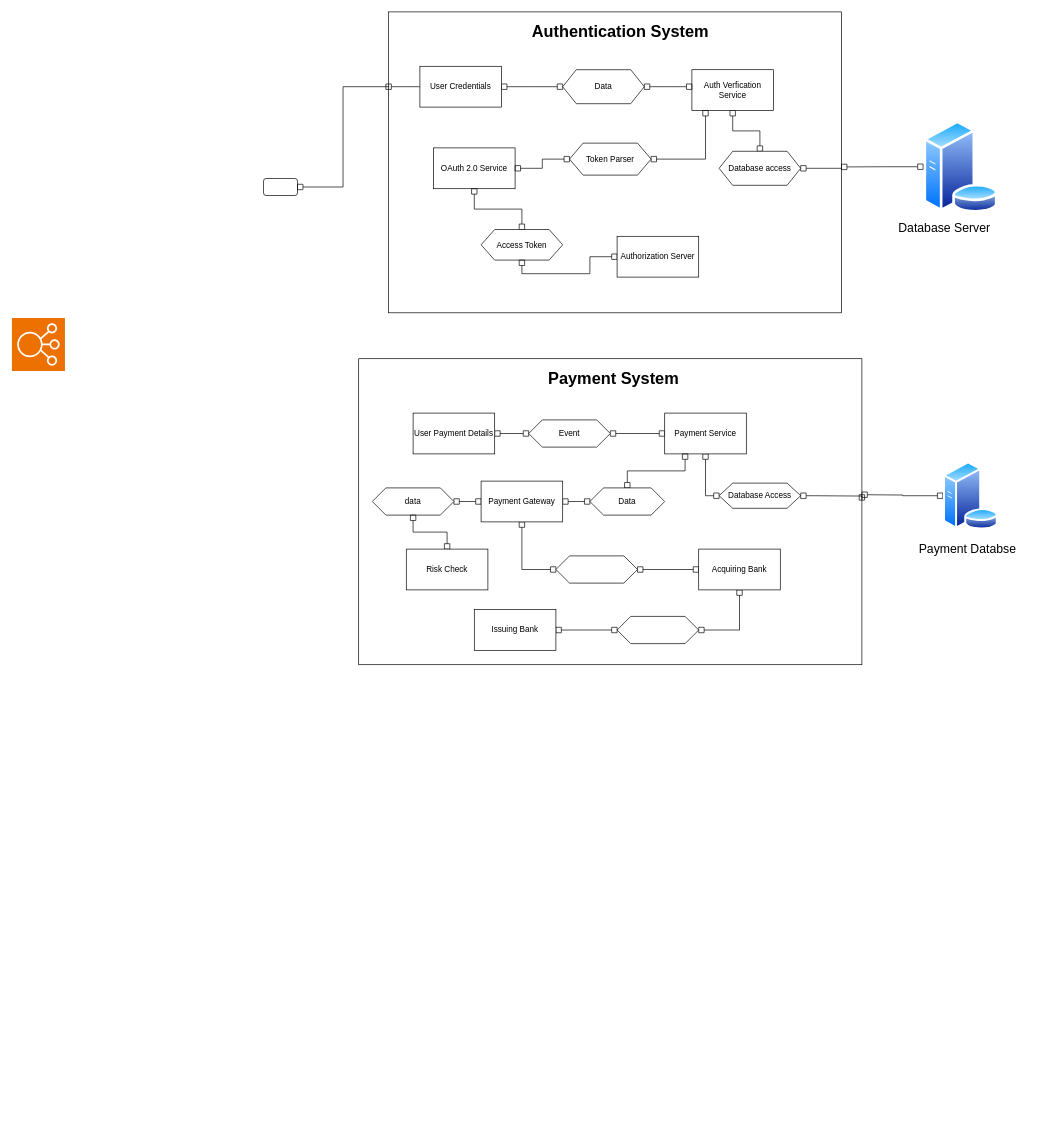
Before: Untitled Diagram.drawio in HASSAN5077/draw.io, a draw.io diagram. Source tidied: cells renumbered, new cells numbered last; positions are measured from the earlier drawing's top-left corner, leaving out a move shared by most shapes. Both pictures are drawn from the tidied source at 68%, with x=0, y=0 at pixel (12, 12).
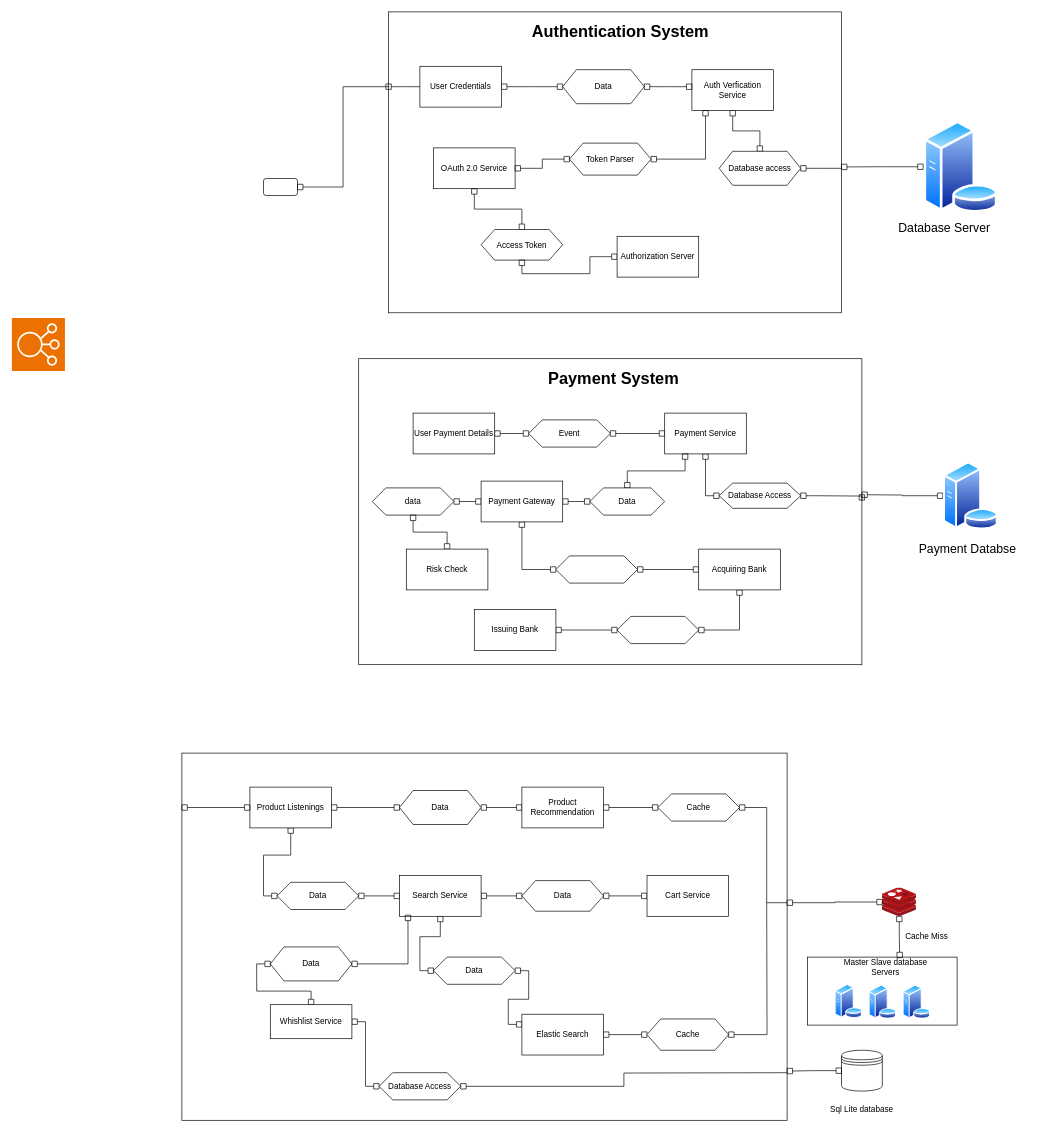
The same page after the edit.

What changed in the source:
```diff
@@
+    <mxCell id="56" style="rounded=0;whiteSpace=wrap;html=1;" parent="1" vertex="1">
+      <mxGeometry x="250" y="1090" width="890" height="540" as="geometry" />
+    </mxCell>
+    <mxCell id="57" style="edgeStyle=orthogonalEdgeStyle;rounded=0;jettySize=auto;html=1;endArrow=box;endFill=0;startArrow=box;startFill=0;" parent="1" edge="1" source="59" target="61">
+      <mxGeometry relative="1" as="geometry" />
+    </mxCell>
+    <mxCell id="58" style="edgeStyle=orthogonalEdgeStyle;rounded=0;jettySize=auto;html=1;entryX=0;entryY=0.5;entryDx=0;entryDy=0;endArrow=box;endFill=0;startArrow=box;startFill=0;" parent="1" edge="1" source="59" target="65">
+      <mxGeometry relative="1" as="geometry" />
+    </mxCell>
+    <mxCell id="59" value="Product Listenings" style="rounded=0;whiteSpace=wrap;html=1;" parent="1" vertex="1">
+      <mxGeometry x="350" y="1140" width="120" height="60" as="geometry" />
+    </mxCell>
+    <mxCell id="60" style="edgeStyle=orthogonalEdgeStyle;rounded=0;jettySize=auto;html=1;entryX=0;entryY=0.5;entryDx=0;entryDy=0;endArrow=box;endFill=0;startArrow=box;startFill=0;" parent="1" edge="1" source="61" target="63">
+      <mxGeometry relative="1" as="geometry" />
+    </mxCell>
+    <mxCell id="61" value="Data" style="shape=hexagon;perimeter=hexagonPerimeter2;whiteSpace=wrap;html=1;fixedSize=1;" parent="1" vertex="1">
+      <mxGeometry x="570" y="1145" width="120" height="50" as="geometry" />
+    </mxCell>
+    <mxCell id="62" style="edgeStyle=orthogonalEdgeStyle;rounded=0;jettySize=auto;html=1;entryX=0;entryY=0.5;entryDx=0;entryDy=0;endArrow=box;endFill=0;startArrow=box;startFill=0;" parent="1" edge="1" source="63" target="78">
+      <mxGeometry relative="1" as="geometry" />
+    </mxCell>
+    <mxCell id="63" value="Product Recommendation" style="rounded=0;whiteSpace=wrap;html=1;" parent="1" vertex="1">
+      <mxGeometry x="750" y="1140" width="120" height="60" as="geometry" />
+    </mxCell>
+    <mxCell id="64" style="edgeStyle=orthogonalEdgeStyle;rounded=0;jettySize=auto;html=1;entryX=0;entryY=0.5;entryDx=0;entryDy=0;endArrow=box;endFill=0;startArrow=box;startFill=0;" parent="1" edge="1" source="65" target="68">
+      <mxGeometry relative="1" as="geometry" />
+    </mxCell>
+    <mxCell id="65" value="Data" style="shape=hexagon;perimeter=hexagonPerimeter2;whiteSpace=wrap;html=1;fixedSize=1;" parent="1" vertex="1">
+      <mxGeometry x="390" y="1280" width="120" height="40" as="geometry" />
+    </mxCell>
+    <mxCell id="66" style="edgeStyle=orthogonalEdgeStyle;rounded=0;jettySize=auto;html=1;entryX=0;entryY=0.5;entryDx=0;entryDy=0;endArrow=box;endFill=0;startArrow=box;startFill=0;" parent="1" edge="1" source="68" target="74">
+      <mxGeometry relative="1" as="geometry" />
+    </mxCell>
+    <mxCell id="67" style="edgeStyle=orthogonalEdgeStyle;rounded=0;jettySize=auto;html=1;entryX=0;entryY=0.5;entryDx=0;entryDy=0;endArrow=box;endFill=0;startArrow=box;startFill=0;" parent="1" edge="1" source="68" target="70">
+      <mxGeometry relative="1" as="geometry" />
+    </mxCell>
+    <mxCell id="68" value="Search Service" style="rounded=0;whiteSpace=wrap;html=1;" parent="1" vertex="1">
+      <mxGeometry x="570" y="1270" width="120" height="60" as="geometry" />
+    </mxCell>
+    <mxCell id="69" style="edgeStyle=orthogonalEdgeStyle;rounded=0;jettySize=auto;html=1;entryX=0;entryY=0.25;entryDx=0;entryDy=0;endArrow=box;endFill=0;startArrow=box;startFill=0;" parent="1" edge="1" source="70" target="72">
+      <mxGeometry relative="1" as="geometry" />
+    </mxCell>
+    <mxCell id="70" value="Data" style="shape=hexagon;perimeter=hexagonPerimeter2;whiteSpace=wrap;html=1;fixedSize=1;" parent="1" vertex="1">
+      <mxGeometry x="620" y="1390" width="120" height="40" as="geometry" />
+    </mxCell>
+    <mxCell id="71" style="edgeStyle=orthogonalEdgeStyle;rounded=0;jettySize=auto;html=1;entryX=0;entryY=0.5;entryDx=0;entryDy=0;endArrow=box;endFill=0;startArrow=box;startFill=0;" parent="1" edge="1" source="72" target="80">
+      <mxGeometry relative="1" as="geometry" />
+    </mxCell>
+    <mxCell id="72" value="Elastic Search" style="rounded=0;whiteSpace=wrap;html=1;" parent="1" vertex="1">
+      <mxGeometry x="750" y="1474" width="120" height="60" as="geometry" />
+    </mxCell>
+    <mxCell id="73" style="edgeStyle=orthogonalEdgeStyle;rounded=0;jettySize=auto;html=1;entryX=0;entryY=0.5;entryDx=0;entryDy=0;endArrow=box;endFill=0;startArrow=box;startFill=0;" parent="1" edge="1" source="74" target="75">
+      <mxGeometry relative="1" as="geometry" />
+    </mxCell>
+    <mxCell id="74" value="Data" style="shape=hexagon;perimeter=hexagonPerimeter2;whiteSpace=wrap;html=1;fixedSize=1;" parent="1" vertex="1">
+      <mxGeometry x="750" y="1277.5" width="120" height="45" as="geometry" />
+    </mxCell>
+    <mxCell id="75" value="Cart Service" style="rounded=0;whiteSpace=wrap;html=1;" parent="1" vertex="1">
+      <mxGeometry x="934" y="1270" width="120" height="60" as="geometry" />
+    </mxCell>
+    <mxCell id="76" style="image;sketch=0;html=1;points=[];align=center;fontSize=12;image=img/lib/mscae/Cache_Redis_Product.svg;" parent="1" vertex="1">
+      <mxGeometry x="1280" y="1288" width="50" height="42" as="geometry" />
+    </mxCell>
+    <mxCell id="77" style="edgeStyle=orthogonalEdgeStyle;rounded=0;jettySize=auto;html=1;startArrow=box;startFill=0;endArrow=none;endFill=0;" parent="1" edge="1" source="78">
+      <mxGeometry relative="1" as="geometry">
+        <mxPoint x="1140" y="1310" as="targetPoint" />
+        <Array as="points">
+          <mxPoint x="1110" y="1170" />
+          <mxPoint x="1110" y="1310" />
+        </Array>
+      </mxGeometry>
+    </mxCell>
+    <mxCell id="78" value="Cache" style="shape=hexagon;perimeter=hexagonPerimeter2;whiteSpace=wrap;html=1;fixedSize=1;" parent="1" vertex="1">
+      <mxGeometry x="950" y="1150" width="120" height="40" as="geometry" />
+    </mxCell>
+    <mxCell id="79" style="edgeStyle=orthogonalEdgeStyle;rounded=0;jettySize=auto;html=1;startArrow=box;startFill=0;endArrow=none;endFill=0;" parent="1" edge="1" source="80">
+      <mxGeometry relative="1" as="geometry">
+        <mxPoint x="1110" y="1310" as="targetPoint" />
+      </mxGeometry>
+    </mxCell>
+    <mxCell id="80" value="Cache" style="shape=hexagon;perimeter=hexagonPerimeter2;whiteSpace=wrap;html=1;fixedSize=1;" parent="1" vertex="1">
+      <mxGeometry x="934" y="1481" width="120" height="46" as="geometry" />
+    </mxCell>
+    <mxCell id="81" style="edgeStyle=orthogonalEdgeStyle;rounded=0;jettySize=auto;html=1;endArrow=box;endFill=0;startArrow=box;startFill=0;" parent="1" edge="1" source="76">
+      <mxGeometry relative="1" as="geometry">
+        <mxPoint x="1140" y="1310" as="targetPoint" />
+        <Array as="points">
+          <mxPoint x="1210" y="1309" />
+          <mxPoint x="1140" y="1310" />
+        </Array>
+      </mxGeometry>
+    </mxCell>
+    <mxCell id="82" style="edgeStyle=orthogonalEdgeStyle;rounded=0;jettySize=auto;html=1;endArrow=box;endFill=0;startArrow=box;startFill=0;" parent="1" edge="1" source="59">
+      <mxGeometry relative="1" as="geometry">
+        <mxPoint x="250" y="1170" as="targetPoint" />
+        <Array as="points">
+          <mxPoint x="250" y="1170" />
+        </Array>
+      </mxGeometry>
+    </mxCell>
+    <mxCell id="83" style="rounded=0;whiteSpace=wrap;html=1;" parent="1" vertex="1">
+      <mxGeometry x="1170" y="1390" width="220" height="100" as="geometry" />
+    </mxCell>
+    <mxCell id="84" style="image;perimeter=ellipsePerimeter;html=1;align=center;shadow=0;dashed=0;spacingTop=3;image=img/lib/active_directory/database_server.svg;" parent="1" vertex="1">
+      <mxGeometry x="1210" y="1430" width="41" height="50" as="geometry" />
+    </mxCell>
+    <mxCell id="85" style="image;perimeter=ellipsePerimeter;html=1;align=center;shadow=0;dashed=0;spacingTop=3;image=img/lib/active_directory/database_server.svg;" parent="1" vertex="1">
+      <mxGeometry x="1260" y="1431" width="41" height="50" as="geometry" />
+    </mxCell>
+    <mxCell id="86" style="image;perimeter=ellipsePerimeter;html=1;align=center;shadow=0;dashed=0;spacingTop=3;image=img/lib/active_directory/database_server.svg;" parent="1" vertex="1">
+      <mxGeometry x="1310" y="1431" width="41" height="50" as="geometry" />
+    </mxCell>
+    <mxCell id="87" value="Master Slave database Servers" style="text;html=1;strokeColor=none;fillColor=none;align=center;verticalAlign=middle;whiteSpace=wrap;rounded=0;" parent="1" vertex="1">
+      <mxGeometry x="1220" y="1390" width="130" height="30" as="geometry" />
+    </mxCell>
+    <mxCell id="88" style="edgeStyle=orthogonalEdgeStyle;rounded=0;jettySize=auto;html=1;entryX=0.659;entryY=0.03;entryDx=0;entryDy=0;entryPerimeter=0;endArrow=box;endFill=0;startArrow=box;startFill=0;" parent="1" edge="1" source="76" target="87">
+      <mxGeometry relative="1" as="geometry" />
+    </mxCell>
+    <mxCell id="89" value="Cache Miss" style="text;html=1;strokeColor=none;fillColor=none;align=center;verticalAlign=middle;whiteSpace=wrap;rounded=0;" parent="1" vertex="1">
+      <mxGeometry x="1301" y="1345" width="89" height="30" as="geometry" />
+    </mxCell>
+    <mxCell id="90" value="Data" style="shape=hexagon;perimeter=hexagonPerimeter2;whiteSpace=wrap;html=1;fixedSize=1;" parent="1" vertex="1">
+      <mxGeometry x="380" y="1375" width="120" height="50" as="geometry" />
+    </mxCell>
+    <mxCell id="91" style="edgeStyle=orthogonalEdgeStyle;rounded=0;jettySize=auto;html=1;entryX=0.104;entryY=0.972;entryDx=0;entryDy=0;entryPerimeter=0;endArrow=box;endFill=0;startArrow=box;startFill=0;" parent="1" edge="1" source="90" target="68">
+      <mxGeometry relative="1" as="geometry" />
+    </mxCell>
+    <mxCell id="92" style="edgeStyle=orthogonalEdgeStyle;rounded=0;jettySize=auto;html=1;entryX=0;entryY=0.5;entryDx=0;entryDy=0;endArrow=box;endFill=0;startArrow=box;startFill=0;" parent="1" edge="1" source="94" target="90">
+      <mxGeometry relative="1" as="geometry" />
+    </mxCell>
+    <mxCell id="93" style="edgeStyle=orthogonalEdgeStyle;rounded=0;jettySize=auto;html=1;entryX=0;entryY=0.5;entryDx=0;entryDy=0;endArrow=box;endFill=0;startArrow=box;startFill=0;" parent="1" edge="1" source="94" target="99">
+      <mxGeometry relative="1" as="geometry" />
+    </mxCell>
+    <mxCell id="94" value="Whishlist Service" style="rounded=0;whiteSpace=wrap;html=1;" parent="1" vertex="1">
+      <mxGeometry x="380" y="1460" width="120" height="50" as="geometry" />
+    </mxCell>
+    <mxCell id="95" style="shape=datastore;whiteSpace=wrap;html=1;" parent="1" vertex="1">
+      <mxGeometry x="1220" y="1527" width="60" height="60" as="geometry" />
+    </mxCell>
+    <mxCell id="96" value="Sql Lite database" style="text;html=1;strokeColor=none;fillColor=none;align=center;verticalAlign=middle;whiteSpace=wrap;rounded=0;" parent="1" vertex="1">
+      <mxGeometry x="1190" y="1600" width="120" height="30" as="geometry" />
+    </mxCell>
+    <mxCell id="97" style="edgeStyle=orthogonalEdgeStyle;rounded=0;jettySize=auto;html=1;entryX=1;entryY=0.866;entryDx=0;entryDy=0;entryPerimeter=0;endArrow=box;endFill=0;startArrow=box;startFill=0;" parent="1" edge="1" source="95" target="56">
+      <mxGeometry relative="1" as="geometry" />
+    </mxCell>
+    <mxCell id="98" style="edgeStyle=orthogonalEdgeStyle;rounded=0;jettySize=auto;html=1;endArrow=none;endFill=0;startArrow=box;startFill=0;" parent="1" edge="1" source="99">
+      <mxGeometry relative="1" as="geometry">
+        <mxPoint x="1140" y="1560" as="targetPoint" />
+      </mxGeometry>
+    </mxCell>
+    <mxCell id="99" value="Database Access" style="shape=hexagon;perimeter=hexagonPerimeter2;whiteSpace=wrap;html=1;fixedSize=1;" parent="1" vertex="1">
+      <mxGeometry x="540" y="1560" width="120" height="40" as="geometry" />
+    </mxCell>
```
